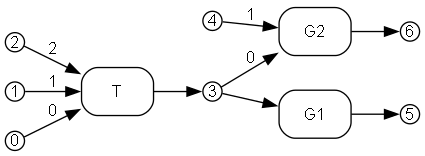
Earlier version of the Graphviz export crates/bhyp/images/test_copy_subst_commute/path2_substitution_result_span_right.png (ammatsui/bhypvis). Its source is kept beside it as crates/bhyp/images/test_copy_subst_commute/path2_substitution_result_span_right.dot.
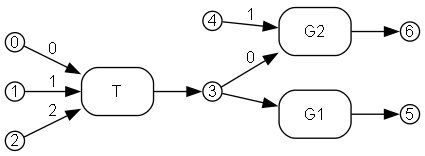
Later version of the same file.

What changed in the source:
```diff
@@ -5,13 +5,13 @@
   node [fontname="Helvetica", fontsize=12];
   edge [fontname="Helvetica", fontsize=12];
 
-  n3 [label="3", shape=circle, style=filled, fillcolor=white, color="black", width=0.2, height=0.2, fixedsize=true];
   n4 [label="4", shape=circle, style=filled, fillcolor=white, color="black", width=0.2, height=0.2, fixedsize=true];
   n5 [label="5", shape=circle, style=filled, fillcolor=white, color="black", width=0.2, height=0.2, fixedsize=true];
-  n2 [label="2", shape=circle, style=filled, fillcolor=white, color="black", width=0.2, height=0.2, fixedsize=true];
-  n1 [label="1", shape=circle, style=filled, fillcolor=white, color="black", width=0.2, height=0.2, fixedsize=true];
   n6 [label="6", shape=circle, style=filled, fillcolor=white, color="black", width=0.2, height=0.2, fixedsize=true];
   n0 [label="0", shape=circle, style=filled, fillcolor=white, color="black", width=0.2, height=0.2, fixedsize=true];
+  n1 [label="1", shape=circle, style=filled, fillcolor=white, color="black", width=0.2, height=0.2, fixedsize=true];
+  n2 [label="2", shape=circle, style=filled, fillcolor=white, color="black", width=0.2, height=0.2, fixedsize=true];
+  n3 [label="3", shape=circle, style=filled, fillcolor=white, color="black", width=0.2, height=0.2, fixedsize=true];
 
   e1 [label="G2", shape=box, style=rounded, color="black"];
   e0 [label="T", shape=box, style=rounded, color="black"];
```
